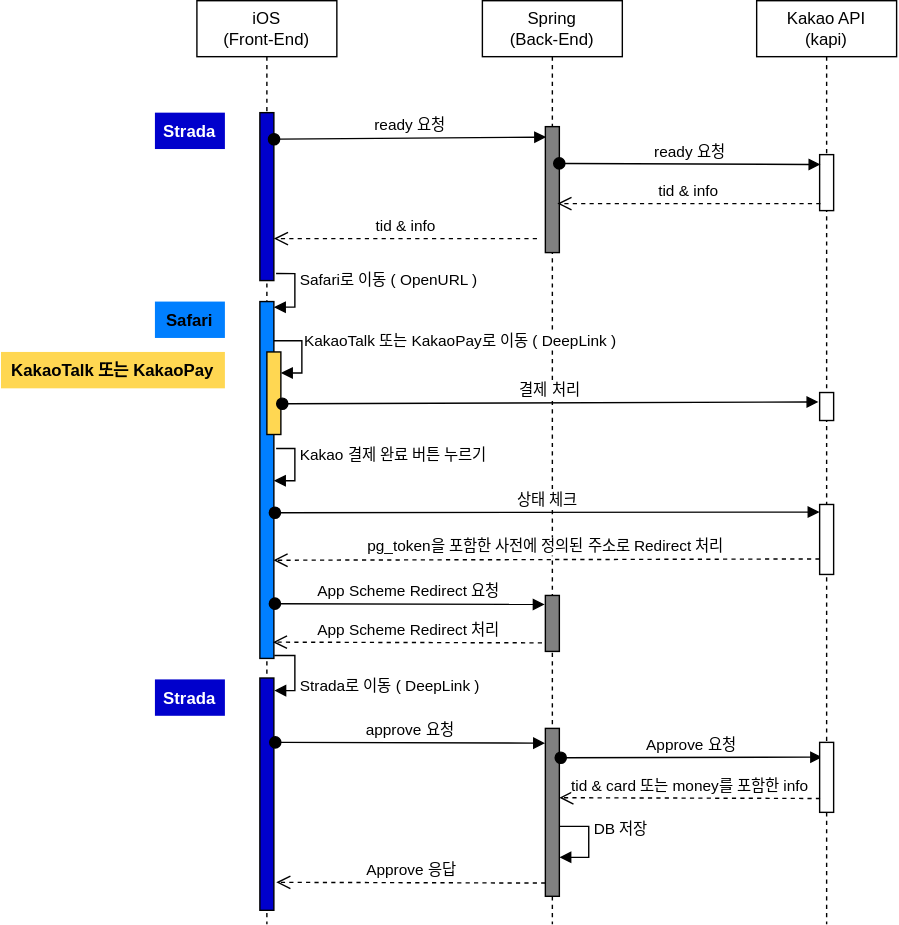
Above: assets/KakaoPay API.svg in Coffee-Street/Document (draw.io), before the change. Source tidied: cells renumbered, new cells last; positions are measured from the earlier drawing's top-left corner, leaving out a move shared by most shapes. Source of this version:
```xml
<mxGraphModel>
  <root>
    <mxCell id="0" />
    <mxCell id="1" parent="0" />
    <mxCell id="2" value="Spring&lt;br&gt;(Back-End)" style="shape=umlLifeline;perimeter=lifelinePerimeter;whiteSpace=wrap;html=1;" parent="1" vertex="1">
      <mxGeometry x="344" width="100" height="660" as="geometry" />
    </mxCell>
    <mxCell id="3" style="html=1;points=[];perimeter=orthogonalPerimeter;fillColor=#808080;" parent="2" vertex="1">
      <mxGeometry x="45" y="90" width="10" height="90" as="geometry" />
    </mxCell>
    <mxCell id="4" style="html=1;perimeter=orthogonalPerimeter;fillColor=#808080;" parent="2" vertex="1">
      <mxGeometry x="45" y="425" width="10" height="40" as="geometry" />
    </mxCell>
    <mxCell id="5" style="html=1;perimeter=orthogonalPerimeter;fillColor=#808080;" parent="2" vertex="1">
      <mxGeometry x="45" y="520" width="10" height="120" as="geometry" />
    </mxCell>
    <mxCell id="6" value="DB 저장" style="edgeStyle=orthogonalEdgeStyle;html=1;align=left;spacingLeft=2;endArrow=block;rounded=0;entryX=1.027;entryY=0.052;exitX=1.027;exitY=0.975;exitDx=0;exitDy=0;exitPerimeter=0;entryDx=0;entryDy=0;entryPerimeter=0;" parent="2" edge="1">
      <mxGeometry x="-0.27" relative="1" as="geometry">
        <mxPoint x="55" y="590" as="sourcePoint" />
        <mxPoint x="55" y="612.2" as="targetPoint" />
        <Array as="points">
          <mxPoint x="76" y="590" />
          <mxPoint x="76" y="612" />
        </Array>
      </mxGeometry>
    </mxCell>
    <mxCell id="7" value="Approve 응답" style="html=1;verticalAlign=bottom;endArrow=open;dashed=1;endSize=8;entryX=0.929;entryY=0.959;entryDx=0;entryDy=0;entryPerimeter=0;exitX=-0.24;exitY=0.802;exitDx=0;exitDy=0;exitPerimeter=0;" parent="2" edge="1">
      <mxGeometry relative="1" as="geometry">
        <mxPoint x="45" y="630.5" as="sourcePoint" />
        <mxPoint x="-147.3" y="630" as="targetPoint" />
      </mxGeometry>
    </mxCell>
    <mxCell id="8" value="iOS&lt;br&gt;(Front-End)" style="shape=umlLifeline;perimeter=lifelinePerimeter;whiteSpace=wrap;html=1;" parent="1" vertex="1">
      <mxGeometry x="140" width="100" height="660" as="geometry" />
    </mxCell>
    <mxCell id="9" style="html=1;points=[];perimeter=orthogonalPerimeter;fillColor=#0000CC;" parent="8" vertex="1">
      <mxGeometry x="45" y="80" width="10" height="120" as="geometry" />
    </mxCell>
    <mxCell id="10" style="html=1;points=[];perimeter=orthogonalPerimeter;fillColor=#007FFF;" parent="8" vertex="1">
      <mxGeometry x="45" y="215" width="10" height="255" as="geometry" />
    </mxCell>
    <mxCell id="11" value="Safari로 이동 ( OpenURL )" style="edgeStyle=orthogonalEdgeStyle;html=1;align=left;spacingLeft=2;endArrow=block;rounded=0;entryX=0.996;entryY=0.018;exitX=1.158;exitY=0.958;exitDx=0;exitDy=0;exitPerimeter=0;entryDx=0;entryDy=0;entryPerimeter=0;" parent="8" edge="1" source="9" target="10">
      <mxGeometry x="-0.28" relative="1" as="geometry">
        <Array as="points">
          <mxPoint x="70" y="195" />
          <mxPoint x="70" y="219" />
          <mxPoint x="55" y="219" />
        </Array>
      </mxGeometry>
    </mxCell>
    <mxCell id="12" style="html=1;perimeter=orthogonalPerimeter;fillColor=#FFD752;" parent="8" vertex="1">
      <mxGeometry x="50" y="251" width="10" height="59" as="geometry" />
    </mxCell>
    <mxCell id="13" value="KakaoTalk 또는 KakaoPay로 이동 ( DeepLink )" style="edgeStyle=orthogonalEdgeStyle;html=1;align=left;spacingLeft=2;endArrow=block;rounded=0;entryX=0.996;entryY=0.018;entryDx=0;entryDy=0;entryPerimeter=0;" parent="8" edge="1">
      <mxGeometry x="-0.28" relative="1" as="geometry">
        <mxPoint x="60" y="243" as="sourcePoint" />
        <mxPoint x="60" y="266" as="targetPoint" />
        <Array as="points">
          <mxPoint x="55" y="243" />
          <mxPoint x="75" y="243" />
          <mxPoint x="75" y="266" />
        </Array>
      </mxGeometry>
    </mxCell>
    <mxCell id="14" value="결제 처리" style="html=1;verticalAlign=bottom;startArrow=oval;startFill=1;endArrow=block;startSize=8;entryX=-0.182;entryY=0.291;entryDx=0;entryDy=0;entryPerimeter=0;" parent="8" edge="1">
      <mxGeometry relative="1" as="geometry">
        <mxPoint x="61" y="288" as="sourcePoint" />
        <mxPoint x="444.2" y="286.7" as="targetPoint" />
      </mxGeometry>
    </mxCell>
    <mxCell id="15" value="Kakao 결제 완료 버튼 누르기" style="edgeStyle=orthogonalEdgeStyle;html=1;align=left;spacingLeft=2;endArrow=block;rounded=0;entryX=0.996;entryY=0.018;exitX=1.158;exitY=0.958;exitDx=0;exitDy=0;exitPerimeter=0;entryDx=0;entryDy=0;entryPerimeter=0;" parent="8" edge="1">
      <mxGeometry x="-0.28" relative="1" as="geometry">
        <mxPoint x="56.6" y="320" as="sourcePoint" />
        <mxPoint x="55" y="343" as="targetPoint" />
        <Array as="points">
          <mxPoint x="70" y="320" />
          <mxPoint x="70" y="343" />
        </Array>
      </mxGeometry>
    </mxCell>
    <mxCell id="16" style="html=1;points=[];perimeter=orthogonalPerimeter;fillColor=#0000CC;" parent="8" vertex="1">
      <mxGeometry x="45" y="484" width="10" height="166" as="geometry" />
    </mxCell>
    <mxCell id="17" value="Strada로 이동 ( DeepLink&amp;nbsp;)" style="edgeStyle=orthogonalEdgeStyle;html=1;align=left;spacingLeft=2;endArrow=block;rounded=0;entryX=1.027;entryY=0.052;exitX=1.027;exitY=0.975;exitDx=0;exitDy=0;exitPerimeter=0;entryDx=0;entryDy=0;entryPerimeter=0;" parent="8" edge="1" target="16">
      <mxGeometry x="0.37" relative="1" as="geometry">
        <mxPoint x="55.3" y="467.9" as="sourcePoint" />
        <Array as="points">
          <mxPoint x="70" y="468" />
          <mxPoint x="70" y="493" />
          <mxPoint x="55" y="493" />
        </Array>
      </mxGeometry>
    </mxCell>
    <mxCell id="18" value="Strada" style="text;align=center;fontStyle=1;fontColor=white;verticalAlign=middle;spacingLeft=3;spacingRight=3;strokeColor=none;fillColor=#0000CC;" parent="8" vertex="1">
      <mxGeometry x="-30" y="485" width="50" height="26" as="geometry" />
    </mxCell>
    <mxCell id="19" value="Kakao API&lt;br&gt;(kapi)" style="shape=umlLifeline;perimeter=lifelinePerimeter;whiteSpace=wrap;html=1;" parent="1" vertex="1">
      <mxGeometry x="540" width="100" height="660" as="geometry" />
    </mxCell>
    <mxCell id="20" style="html=1;points=[];perimeter=orthogonalPerimeter;" parent="19" vertex="1">
      <mxGeometry x="45" y="110" width="10" height="40" as="geometry" />
    </mxCell>
    <mxCell id="21" style="html=1;perimeter=orthogonalPerimeter;" parent="19" vertex="1">
      <mxGeometry x="45" y="280" width="10" height="20" as="geometry" />
    </mxCell>
    <mxCell id="22" style="html=1;perimeter=orthogonalPerimeter;" parent="19" vertex="1">
      <mxGeometry x="45" y="360" width="10" height="50" as="geometry" />
    </mxCell>
    <mxCell id="23" value="Approve 요청" style="html=1;verticalAlign=bottom;startArrow=oval;startFill=1;endArrow=block;startSize=8;entryX=-0.044;entryY=0.185;entryDx=0;entryDy=0;entryPerimeter=0;" parent="19" edge="1">
      <mxGeometry relative="1" as="geometry">
        <mxPoint x="-140" y="541" as="sourcePoint" />
        <mxPoint x="46.8" y="540.6" as="targetPoint" />
      </mxGeometry>
    </mxCell>
    <mxCell id="24" style="html=1;perimeter=orthogonalPerimeter;" parent="19" vertex="1">
      <mxGeometry x="45" y="530" width="10" height="50" as="geometry" />
    </mxCell>
    <mxCell id="25" value="Strada" style="text;align=center;fontStyle=1;fontColor=white;erticalAlign=middle;spacingLeft=3;spacingRight=3;strokeColor=none;fillColor=#0000CC;" parent="1" vertex="1">
      <mxGeometry x="110" y="80" width="50" height="26" as="geometry" />
    </mxCell>
    <mxCell id="26" value="ready 요청" style="html=1;verticalAlign=bottom;startArrow=oval;startFill=1;endArrow=block;startSize=8;entryX=0.063;entryY=0.176;entryDx=0;entryDy=0;entryPerimeter=0;exitX=0.996;exitY=0.292;exitDx=0;exitDy=0;exitPerimeter=0;" parent="1" edge="1" source="3" target="20">
      <mxGeometry relative="1" as="geometry" />
    </mxCell>
    <mxCell id="27" value="ready 요청" style="html=1;verticalAlign=bottom;startArrow=oval;startFill=1;endArrow=block;startSize=8;entryX=0.058;entryY=0.083;entryDx=0;entryDy=0;entryPerimeter=0;exitX=1.012;exitY=0.158;exitDx=0;exitDy=0;exitPerimeter=0;" parent="1" edge="1" source="9" target="3">
      <mxGeometry relative="1" as="geometry" />
    </mxCell>
    <mxCell id="28" value="tid &amp;amp; info" style="html=1;verticalAlign=bottom;endArrow=open;dashed=1;endSize=8;entryX=0.858;entryY=0.375;entryDx=0;entryDy=0;entryPerimeter=0;exitX=0.058;exitY=0.375;exitDx=0;exitDy=0;exitPerimeter=0;" parent="1" edge="1">
      <mxGeometry relative="1" as="geometry">
        <mxPoint x="585.6" y="145" as="sourcePoint" />
        <mxPoint x="397.6" y="145" as="targetPoint" />
      </mxGeometry>
    </mxCell>
    <mxCell id="29" value="tid &amp;amp; info" style="html=1;verticalAlign=bottom;endArrow=open;dashed=1;endSize=8;entryX=0.858;entryY=0.375;entryDx=0;entryDy=0;entryPerimeter=0;exitX=0.058;exitY=0.375;exitDx=0;exitDy=0;exitPerimeter=0;" parent="1" edge="1">
      <mxGeometry relative="1" as="geometry">
        <mxPoint x="383" y="170" as="sourcePoint" />
        <mxPoint x="195" y="170" as="targetPoint" />
      </mxGeometry>
    </mxCell>
    <mxCell id="30" value="상태 체크" style="html=1;verticalAlign=bottom;startArrow=oval;startFill=1;endArrow=block;startSize=8;exitX=1.074;exitY=0.659;exitDx=0;exitDy=0;exitPerimeter=0;entryX=-0.003;entryY=0.214;entryDx=0;entryDy=0;entryPerimeter=0;" parent="1" edge="1">
      <mxGeometry relative="1" as="geometry">
        <mxPoint x="195.7" y="365.9" as="sourcePoint" />
        <mxPoint x="585" y="365.4" as="targetPoint" />
      </mxGeometry>
    </mxCell>
    <mxCell id="31" value="pg_token을 포함한 사전에 정의된 주소로 Redirect 처리" style="html=1;verticalAlign=bottom;endArrow=open;dashed=1;endSize=8;exitX=-0.003;exitY=0.864;exitDx=0;exitDy=0;exitPerimeter=0;entryX=0.972;entryY=0.744;entryDx=0;entryDy=0;entryPerimeter=0;" parent="1" edge="1">
      <mxGeometry relative="1" as="geometry">
        <mxPoint x="585" y="398.9" as="sourcePoint" />
        <mxPoint x="194.7" y="399.8" as="targetPoint" />
      </mxGeometry>
    </mxCell>
    <mxCell id="32" value="App Scheme Redirect 요청" style="html=1;verticalAlign=bottom;startArrow=oval;startFill=1;endArrow=block;startSize=8;exitX=1.074;exitY=0.825;exitDx=0;exitDy=0;exitPerimeter=0;entryX=-0.044;entryY=0.185;entryDx=0;entryDy=0;entryPerimeter=0;" parent="1" edge="1">
      <mxGeometry relative="1" as="geometry">
        <mxPoint x="195.7" y="430.9" as="sourcePoint" />
        <mxPoint x="388.6" y="431.4" as="targetPoint" />
      </mxGeometry>
    </mxCell>
    <mxCell id="33" value="App Scheme Redirect 처리" style="html=1;verticalAlign=bottom;endArrow=open;dashed=1;endSize=8;entryX=0.929;entryY=0.959;entryDx=0;entryDy=0;entryPerimeter=0;exitX=-0.24;exitY=0.802;exitDx=0;exitDy=0;exitPerimeter=0;" parent="1" edge="1">
      <mxGeometry relative="1" as="geometry">
        <mxPoint x="386.6" y="458.9" as="sourcePoint" />
        <mxPoint x="194.3" y="458.4" as="targetPoint" />
      </mxGeometry>
    </mxCell>
    <mxCell id="34" value="KakaoTalk 또는 KakaoPay" style="text;align=center;fontStyle=1;fontColor=black;verticalAlign=middle;spacingLeft=3;spacingRight=3;strokeColor=none;fillColor=#FFD752;" parent="1" vertex="1">
      <mxGeometry y="251" width="160" height="26" as="geometry" />
    </mxCell>
    <mxCell id="35" value="Safari" style="text;align=center;fontStyle=1;verticalAlign=middle;spacingLeft=3;spacingRight=3;strokeColor=none;fillColor=#007FFF;" parent="1" vertex="1">
      <mxGeometry x="110" y="215" width="50" height="26" as="geometry" />
    </mxCell>
    <mxCell id="36" value="approve 요청" style="html=1;verticalAlign=bottom;startArrow=oval;startFill=1;endArrow=block;startSize=8;exitX=1.074;exitY=0.825;exitDx=0;exitDy=0;exitPerimeter=0;entryX=-0.044;entryY=0.185;entryDx=0;entryDy=0;entryPerimeter=0;" parent="1" edge="1">
      <mxGeometry relative="1" as="geometry">
        <mxPoint x="196" y="530" as="sourcePoint" />
        <mxPoint x="388.8" y="530.6" as="targetPoint" />
      </mxGeometry>
    </mxCell>
    <mxCell id="37" value="tid &amp;amp; card 또는 money를 포함한 info" style="html=1;verticalAlign=bottom;endArrow=open;dashed=1;endSize=8;exitX=-0.24;exitY=0.802;exitDx=0;exitDy=0;exitPerimeter=0;" parent="1" edge="1">
      <mxGeometry relative="1" as="geometry">
        <mxPoint x="585.3" y="570.1" as="sourcePoint" />
        <mxPoint x="399" y="569.5" as="targetPoint" />
      </mxGeometry>
    </mxCell>
  </root>
</mxGraphModel>
```
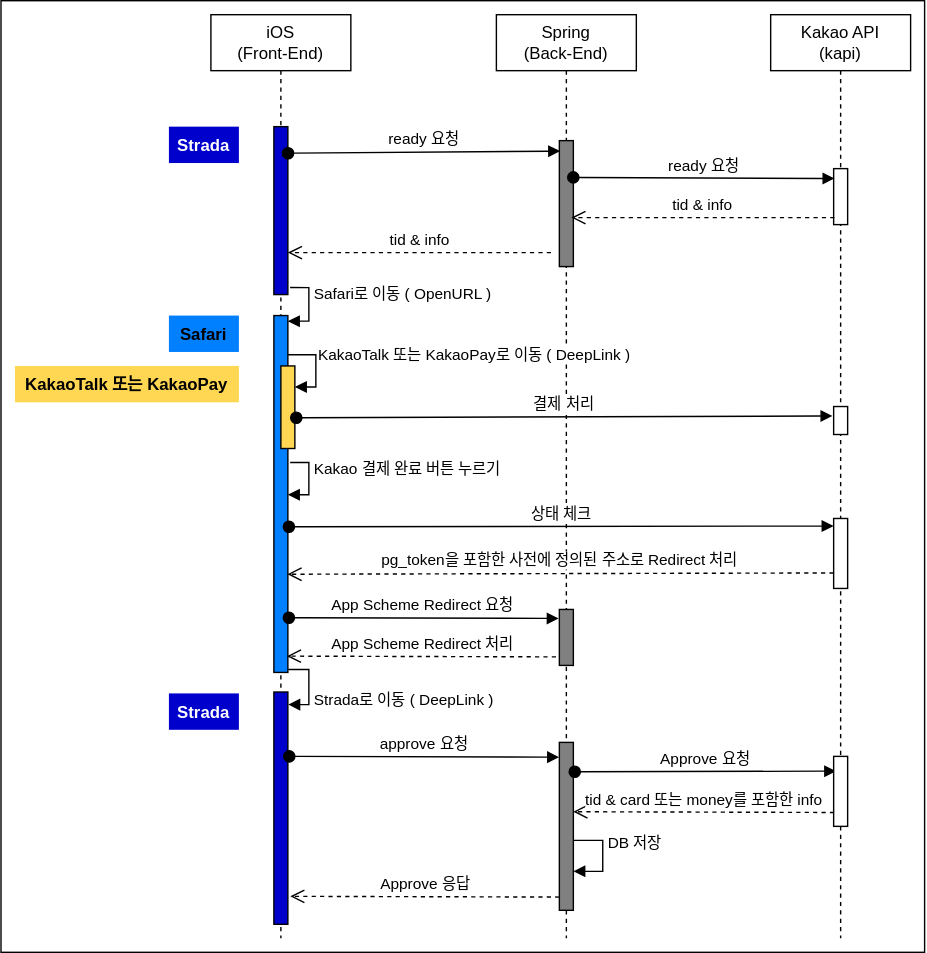
Above is the later version.

Commit message:
kakao api image update (#46)

The edit, as a diff of the source:
```diff
@@ -2,6 +2,9 @@
   <root>
     <mxCell id="0" />
     <mxCell id="1" parent="0" />
+    <mxCell id="38" style="rounded=0;whiteSpace=wrap;html=1;" parent="1" vertex="1">
+      <mxGeometry x="-10" y="-10" width="660" height="680" as="geometry" />
+    </mxCell>
     <mxCell id="2" value="Spring&lt;br&gt;(Back-End)" style="shape=umlLifeline;perimeter=lifelinePerimeter;whiteSpace=wrap;html=1;" parent="1" vertex="1">
       <mxGeometry x="344" width="100" height="660" as="geometry" />
     </mxCell>
```
